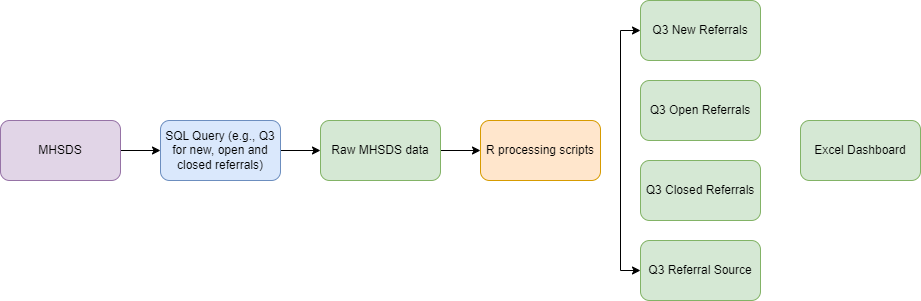
The draw.io diagram images/data_pipeline.png in NHS-Transformation-Unit/Perinatal-MH-Dashboard, before a commit. Source tidied: cells renumbered, new cells last; positions are measured from the earlier drawing's top-left corner, leaving out a move shared by most shapes. Source of this version:
```xml
<mxGraphModel>
  <root>
    <mxCell id="0" />
    <mxCell id="1" parent="0" />
    <mxCell id="2" style="edgeStyle=orthogonalEdgeStyle;rounded=0;jettySize=auto;html=1;exitX=1;exitY=0.5;exitDx=0;exitDy=0;entryX=0;entryY=0.5;entryDx=0;entryDy=0;" parent="1" edge="1" source="3" target="7">
      <mxGeometry relative="1" as="geometry" />
    </mxCell>
    <mxCell id="3" value="MHSDS" style="rounded=1;whiteSpace=wrap;html=1;fillColor=#e1d5e7;strokeColor=#9673a6;" parent="1" vertex="1">
      <mxGeometry y="120" width="120" height="60" as="geometry" />
    </mxCell>
    <mxCell id="4" style="edgeStyle=orthogonalEdgeStyle;rounded=0;jettySize=auto;html=1;exitX=1;exitY=0.5;exitDx=0;exitDy=0;entryX=0;entryY=0.5;entryDx=0;entryDy=0;" parent="1" edge="1" source="5" target="8">
      <mxGeometry relative="1" as="geometry" />
    </mxCell>
    <mxCell id="5" value="Raw MHSDS data" style="rounded=1;whiteSpace=wrap;html=1;fillColor=#d5e8d4;strokeColor=#82b366;" parent="1" vertex="1">
      <mxGeometry x="320" y="120" width="120" height="60" as="geometry" />
    </mxCell>
    <mxCell id="6" style="edgeStyle=orthogonalEdgeStyle;rounded=0;jettySize=auto;html=1;exitX=1;exitY=0.5;exitDx=0;exitDy=0;" parent="1" edge="1" source="7" target="5">
      <mxGeometry relative="1" as="geometry" />
    </mxCell>
    <mxCell id="7" value="SQL Query (e.g., Q3 for new, open and closed referrals)" style="rounded=1;whiteSpace=wrap;html=1;fillColor=#dae8fc;strokeColor=#6c8ebf;" parent="1" vertex="1">
      <mxGeometry x="160" y="120" width="120" height="60" as="geometry" />
    </mxCell>
    <mxCell id="8" value="R processing scripts" style="rounded=1;whiteSpace=wrap;html=1;fillColor=#ffe6cc;strokeColor=#d79b00;" parent="1" vertex="1">
      <mxGeometry x="480" y="120" width="120" height="60" as="geometry" />
    </mxCell>
    <mxCell id="9" value="Q3 Open Referrals" style="rounded=1;whiteSpace=wrap;html=1;fillColor=#d5e8d4;strokeColor=#82b366;" parent="1" vertex="1">
      <mxGeometry x="640" y="80" width="120" height="60" as="geometry" />
    </mxCell>
    <mxCell id="10" value="Q3 New Referrals" style="rounded=1;whiteSpace=wrap;html=1;fillColor=#d5e8d4;strokeColor=#82b366;" parent="1" vertex="1">
      <mxGeometry x="640" width="120" height="60" as="geometry" />
    </mxCell>
    <mxCell id="11" value="Q3 Closed Referrals" style="rounded=1;whiteSpace=wrap;html=1;fillColor=#d5e8d4;strokeColor=#82b366;" parent="1" vertex="1">
      <mxGeometry x="640" y="160" width="120" height="60" as="geometry" />
    </mxCell>
    <mxCell id="12" value="Q3 Referral Source" style="rounded=1;whiteSpace=wrap;html=1;fillColor=#d5e8d4;strokeColor=#82b366;" parent="1" vertex="1">
      <mxGeometry x="640" y="240" width="120" height="60" as="geometry" />
    </mxCell>
    <mxCell id="13" value="Excel Dashboard" style="rounded=1;whiteSpace=wrap;html=1;fillColor=#d5e8d4;strokeColor=#82b366;" parent="1" vertex="1">
      <mxGeometry x="800" y="120" width="120" height="60" as="geometry" />
    </mxCell>
    <mxCell id="14" style="endArrow=none;html=1;rounded=0;" parent="1" edge="1">
      <mxGeometry relative="1" as="geometry">
        <mxPoint x="620" y="270" as="sourcePoint" />
        <mxPoint x="620" y="30" as="targetPoint" />
      </mxGeometry>
    </mxCell>
    <mxCell id="15" style="endArrow=classic;html=1;rounded=0;entryX=0;entryY=0.5;entryDx=0;entryDy=0;" parent="1" edge="1" target="10">
      <mxGeometry relative="1" as="geometry">
        <mxPoint x="620" y="30" as="sourcePoint" />
      </mxGeometry>
    </mxCell>
    <mxCell id="16" style="endArrow=classic;html=1;rounded=0;entryX=0;entryY=0.5;entryDx=0;entryDy=0;" parent="1" edge="1" target="12">
      <mxGeometry relative="1" as="geometry">
        <mxPoint x="620" y="270" as="sourcePoint" />
      </mxGeometry>
    </mxCell>
  </root>
</mxGraphModel>
```
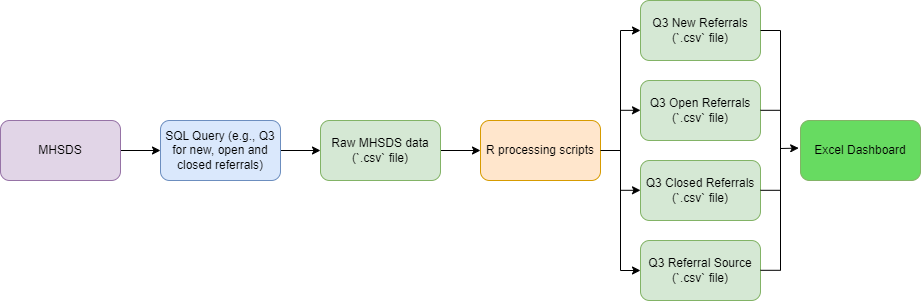
The same file after the commit.

Commit message:
Adding data pipeline diagram.

What changed in the source:
```diff
@@ -11,7 +11,7 @@
     <mxCell id="4" style="edgeStyle=orthogonalEdgeStyle;rounded=0;jettySize=auto;html=1;exitX=1;exitY=0.5;exitDx=0;exitDy=0;entryX=0;entryY=0.5;entryDx=0;entryDy=0;" parent="1" edge="1" source="5" target="8">
       <mxGeometry relative="1" as="geometry" />
     </mxCell>
-    <mxCell id="5" value="Raw MHSDS data" style="rounded=1;whiteSpace=wrap;html=1;fillColor=#d5e8d4;strokeColor=#82b366;" parent="1" vertex="1">
+    <mxCell id="5" value="Raw MHSDS data (`.csv` file)" style="rounded=1;whiteSpace=wrap;html=1;fillColor=#d5e8d4;strokeColor=#82b366;" parent="1" vertex="1">
       <mxGeometry x="320" y="120" width="120" height="60" as="geometry" />
     </mxCell>
     <mxCell id="6" style="edgeStyle=orthogonalEdgeStyle;rounded=0;jettySize=auto;html=1;exitX=1;exitY=0.5;exitDx=0;exitDy=0;" parent="1" edge="1" source="7" target="5">
@@ -23,19 +23,19 @@
     <mxCell id="8" value="R processing scripts" style="rounded=1;whiteSpace=wrap;html=1;fillColor=#ffe6cc;strokeColor=#d79b00;" parent="1" vertex="1">
       <mxGeometry x="480" y="120" width="120" height="60" as="geometry" />
     </mxCell>
-    <mxCell id="9" value="Q3 Open Referrals" style="rounded=1;whiteSpace=wrap;html=1;fillColor=#d5e8d4;strokeColor=#82b366;" parent="1" vertex="1">
+    <mxCell id="9" value="Q3 Open Referrals (`.csv` file)" style="rounded=1;whiteSpace=wrap;html=1;fillColor=#d5e8d4;strokeColor=#82b366;" parent="1" vertex="1">
       <mxGeometry x="640" y="80" width="120" height="60" as="geometry" />
     </mxCell>
-    <mxCell id="10" value="Q3 New Referrals" style="rounded=1;whiteSpace=wrap;html=1;fillColor=#d5e8d4;strokeColor=#82b366;" parent="1" vertex="1">
+    <mxCell id="10" value="Q3 New Referrals (`.csv` file)" style="rounded=1;whiteSpace=wrap;html=1;fillColor=#d5e8d4;strokeColor=#82b366;" parent="1" vertex="1">
       <mxGeometry x="640" width="120" height="60" as="geometry" />
     </mxCell>
-    <mxCell id="11" value="Q3 Closed Referrals" style="rounded=1;whiteSpace=wrap;html=1;fillColor=#d5e8d4;strokeColor=#82b366;" parent="1" vertex="1">
+    <mxCell id="11" value="Q3 Closed Referrals (`.csv` file)" style="rounded=1;whiteSpace=wrap;html=1;fillColor=#d5e8d4;strokeColor=#82b366;" parent="1" vertex="1">
       <mxGeometry x="640" y="160" width="120" height="60" as="geometry" />
     </mxCell>
-    <mxCell id="12" value="Q3 Referral Source" style="rounded=1;whiteSpace=wrap;html=1;fillColor=#d5e8d4;strokeColor=#82b366;" parent="1" vertex="1">
+    <mxCell id="12" value="Q3 Referral Source (`.csv` file)" style="rounded=1;whiteSpace=wrap;html=1;fillColor=#d5e8d4;strokeColor=#82b366;" parent="1" vertex="1">
       <mxGeometry x="640" y="240" width="120" height="60" as="geometry" />
     </mxCell>
-    <mxCell id="13" value="Excel Dashboard" style="rounded=1;whiteSpace=wrap;html=1;fillColor=#d5e8d4;strokeColor=#82b366;" parent="1" vertex="1">
+    <mxCell id="13" value="Excel Dashboard" style="rounded=1;whiteSpace=wrap;html=1;fillColor=#67db61;strokeColor=#82b366;" parent="1" vertex="1">
       <mxGeometry x="800" y="120" width="120" height="60" as="geometry" />
     </mxCell>
     <mxCell id="14" style="endArrow=none;html=1;rounded=0;" parent="1" edge="1">
@@ -54,5 +54,56 @@
         <mxPoint x="620" y="270" as="sourcePoint" />
       </mxGeometry>
     </mxCell>
+    <mxCell id="17" style="endArrow=classic;html=1;rounded=0;entryX=0;entryY=0.5;entryDx=0;entryDy=0;" parent="1" edge="1">
+      <mxGeometry relative="1" as="geometry">
+        <mxPoint x="620" y="189.8" as="sourcePoint" />
+        <mxPoint x="640" y="189.8" as="targetPoint" />
+      </mxGeometry>
+    </mxCell>
+    <mxCell id="18" style="endArrow=classic;html=1;rounded=0;entryX=0;entryY=0.5;entryDx=0;entryDy=0;" parent="1" edge="1">
+      <mxGeometry relative="1" as="geometry">
+        <mxPoint x="620" y="109.8" as="sourcePoint" />
+        <mxPoint x="640" y="109.8" as="targetPoint" />
+      </mxGeometry>
+    </mxCell>
+    <mxCell id="19" style="endArrow=none;html=1;rounded=0;exitX=1;exitY=0.5;exitDx=0;exitDy=0;" parent="1" edge="1" source="8">
+      <mxGeometry relative="1" as="geometry">
+        <mxPoint x="620" y="150" as="targetPoint" />
+      </mxGeometry>
+    </mxCell>
+    <mxCell id="20" style="endArrow=none;html=1;rounded=0;" parent="1" edge="1">
+      <mxGeometry relative="1" as="geometry">
+        <mxPoint x="780" y="270" as="sourcePoint" />
+        <mxPoint x="780" y="30" as="targetPoint" />
+      </mxGeometry>
+    </mxCell>
+    <mxCell id="21" style="endArrow=classic;html=1;rounded=0;entryX=-0.015;entryY=0.46;entryDx=0;entryDy=0;entryPerimeter=0;" parent="1" edge="1" target="13">
+      <mxGeometry relative="1" as="geometry">
+        <mxPoint x="780" y="148" as="sourcePoint" />
+      </mxGeometry>
+    </mxCell>
+    <mxCell id="22" style="endArrow=none;html=1;rounded=0;exitX=1;exitY=0.5;exitDx=0;exitDy=0;" parent="1" edge="1" source="10">
+      <mxGeometry relative="1" as="geometry">
+        <mxPoint x="780" y="30" as="targetPoint" />
+      </mxGeometry>
+    </mxCell>
+    <mxCell id="23" style="endArrow=none;html=1;rounded=0;exitX=1;exitY=0.5;exitDx=0;exitDy=0;" parent="1" edge="1">
+      <mxGeometry relative="1" as="geometry">
+        <mxPoint x="760" y="109.8" as="sourcePoint" />
+        <mxPoint x="780" y="109.8" as="targetPoint" />
+      </mxGeometry>
+    </mxCell>
+    <mxCell id="24" style="endArrow=none;html=1;rounded=0;exitX=1;exitY=0.5;exitDx=0;exitDy=0;" parent="1" edge="1">
+      <mxGeometry relative="1" as="geometry">
+        <mxPoint x="760" y="189.8" as="sourcePoint" />
+        <mxPoint x="780" y="189.8" as="targetPoint" />
+      </mxGeometry>
+    </mxCell>
+    <mxCell id="25" style="endArrow=none;html=1;rounded=0;exitX=1;exitY=0.5;exitDx=0;exitDy=0;" parent="1" edge="1">
+      <mxGeometry relative="1" as="geometry">
+        <mxPoint x="760" y="269.8" as="sourcePoint" />
+        <mxPoint x="780" y="269.8" as="targetPoint" />
+      </mxGeometry>
+    </mxCell>
   </root>
 </mxGraphModel>
```
